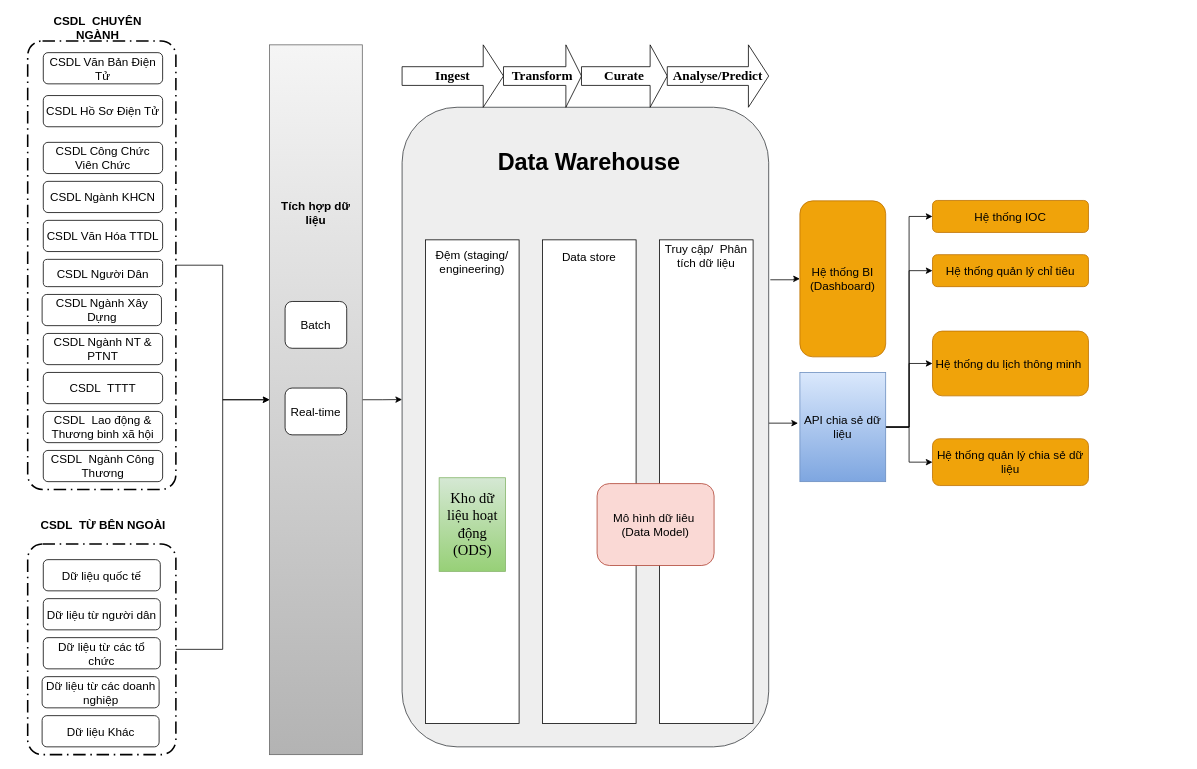
Before: so-do-draw/kho_du_lieu.drawio in letheanh12345/Draw-io, a draw.io diagram. Source tidied: cells renumbered, new cells numbered last; positions are measured from the earlier drawing's top-left corner, leaving out a move shared by most shapes. Both pictures are drawn from the tidied source at 78%, with x=0, y=0 at pixel (13, 13). Pictures stored in the file or linked from it are replaced by grey dashed boxes.
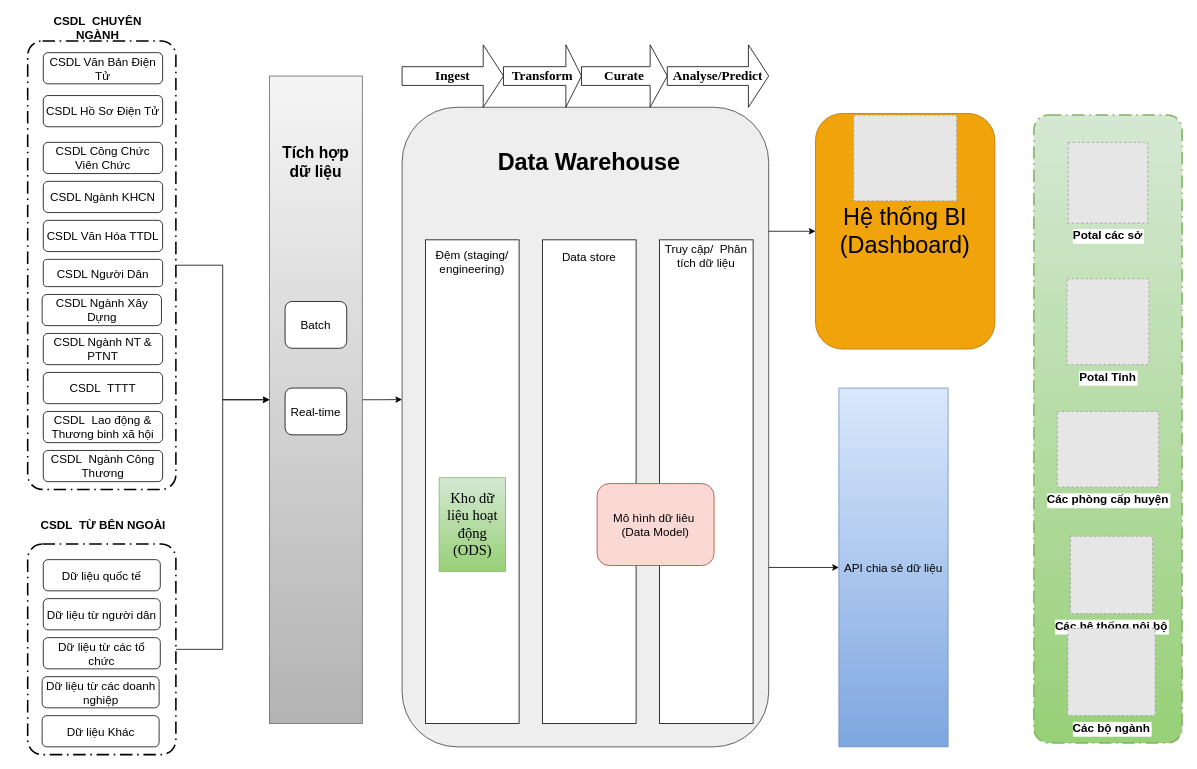
After the change.

Diff of the diagram source:
```diff
@@
-    <mxCell id="4" style="edgeStyle=orthogonalEdgeStyle;rounded=0;orthogonalLoop=1;jettySize=auto;html=1;exitX=1;exitY=0.75;exitDx=0;exitDy=0;entryX=-0.027;entryY=0.672;entryDx=0;entryDy=0;entryPerimeter=0;fontSize=15;" parent="1" edge="1">
-      <mxGeometry relative="1" as="geometry">
-        <mxPoint x="968" y="525" as="sourcePoint" />
-        <mxPoint x="1005.6" y="524.5" as="targetPoint" />
-      </mxGeometry>
-    </mxCell>
-    <mxCell id="5" style="edgeStyle=orthogonalEdgeStyle;rounded=0;orthogonalLoop=1;jettySize=auto;html=1;exitX=1;exitY=0.5;exitDx=0;exitDy=0;entryX=-0.019;entryY=0.894;entryDx=0;entryDy=0;entryPerimeter=0;fontSize=15;" parent="1" edge="1">
-      <mxGeometry relative="1" as="geometry">
-        <mxPoint x="970.1" y="341.2" as="sourcePoint" />
-        <mxPoint x="1008" y="340" as="targetPoint" />
-        <Array as="points">
-          <mxPoint x="1000.1" y="341.2" />
-          <mxPoint x="1000.1" y="340.2" />
-        </Array>
-      </mxGeometry>
-    </mxCell>
@@
     <mxCell id="13" style="rounded=0;whiteSpace=wrap;html=1;fontSize=15;fillColor=#f5f5f5;gradientColor=#b3b3b3;strokeColor=#666666;" parent="1" vertex="1">
-      <mxGeometry x="328" y="40" width="119" height="910" as="geometry" />
+      <mxGeometry x="328" y="80" width="119" height="830" as="geometry" />
     </mxCell>
-    <mxCell id="14" value="&lt;b&gt;Tích hợp dữ liệu&lt;/b&gt;" style="text;html=1;strokeColor=none;fillColor=none;align=center;verticalAlign=middle;whiteSpace=wrap;rounded=0;fontSize=15;" parent="1" vertex="1">
-      <mxGeometry x="328" y="240" width="119" height="30" as="geometry" />
+    <mxCell id="14" value="&lt;font style=&quot;font-size: 20px;&quot;&gt;&lt;b&gt;Tích hợp dữ liệu&lt;/b&gt;&lt;/font&gt;" style="text;html=1;strokeColor=none;fillColor=none;align=center;verticalAlign=middle;whiteSpace=wrap;rounded=0;fontSize=15;" parent="1" vertex="1">
+      <mxGeometry x="328" y="175" width="119" height="30" as="geometry" />
     </mxCell>
@@
-    <mxCell id="38" value="Hệ thống BI (Dashboard)" style="rounded=1;whiteSpace=wrap;html=1;fontSize=15;fillColor=#f0a30a;fontColor=#000000;strokeColor=#BD7000;" parent="1" vertex="1">
-      <mxGeometry x="1008" y="240" width="110" height="200" as="geometry" />
+    <mxCell id="38" value="&lt;font style=&quot;font-size: 30px;&quot;&gt;Hệ thống BI (Dashboard)&lt;/font&gt;" style="rounded=1;whiteSpace=wrap;html=1;fontSize=15;fillColor=#f0a30a;fontColor=#000000;strokeColor=#BD7000;" parent="1" vertex="1">
+      <mxGeometry x="1028" y="128" width="230" height="302" as="geometry" />
     </mxCell>
-    <mxCell id="39" style="edgeStyle=orthogonalEdgeStyle;rounded=0;jettySize=auto;html=1;entryX=0;entryY=0.5;entryDx=0;entryDy=0;" parent="1" edge="1" source="43" target="44">
-      <mxGeometry relative="1" as="geometry" />
-    </mxCell>
-    <mxCell id="40" style="edgeStyle=orthogonalEdgeStyle;rounded=0;jettySize=auto;html=1;entryX=0;entryY=0.5;entryDx=0;entryDy=0;" parent="1" edge="1" source="43" target="45">
-      <mxGeometry relative="1" as="geometry" />
-    </mxCell>
-    <mxCell id="41" style="edgeStyle=orthogonalEdgeStyle;rounded=0;jettySize=auto;html=1;entryX=0;entryY=0.5;entryDx=0;entryDy=0;" parent="1" edge="1" source="43" target="46">
-      <mxGeometry relative="1" as="geometry">
-        <Array as="points">
-          <mxPoint x="1148" y="530" />
-          <mxPoint x="1148" y="449" />
-        </Array>
-      </mxGeometry>
-    </mxCell>
-    <mxCell id="42" style="edgeStyle=orthogonalEdgeStyle;rounded=0;jettySize=auto;html=1;entryX=0;entryY=0.5;entryDx=0;entryDy=0;" parent="1" edge="1" source="43" target="47">
-      <mxGeometry relative="1" as="geometry" />
-    </mxCell>
-    <mxCell id="43" value="API chia sẻ dữ liệu" style="rounded=0;whiteSpace=wrap;html=1;fontSize=15;fillColor=#dae8fc;gradientColor=#7ea6e0;strokeColor=#6c8ebf;" parent="1" vertex="1">
-      <mxGeometry x="1008" y="460" width="110" height="140" as="geometry" />
-    </mxCell>
-    <mxCell id="44" value="Hệ thống IOC" style="rounded=1;whiteSpace=wrap;html=1;fontSize=15;fillColor=#f0a30a;fontColor=#000000;strokeColor=#BD7000;" parent="1" vertex="1">
-      <mxGeometry x="1178" y="239.5" width="200" height="41" as="geometry" />
-    </mxCell>
-    <mxCell id="45" value="Hệ thống quản lý chỉ tiêu" style="rounded=1;whiteSpace=wrap;html=1;fontSize=15;fillColor=#f0a30a;fontColor=#000000;strokeColor=#BD7000;" parent="1" vertex="1">
-      <mxGeometry x="1178" y="309" width="200" height="41" as="geometry" />
-    </mxCell>
-    <mxCell id="46" value="Hệ thống du lịch thông minh&amp;nbsp;" style="rounded=1;whiteSpace=wrap;html=1;fontSize=15;fillColor=#f0a30a;fontColor=#000000;strokeColor=#BD7000;" parent="1" vertex="1">
-      <mxGeometry x="1178" y="407" width="200" height="83" as="geometry" />
-    </mxCell>
-    <mxCell id="47" value="Hệ thống quản lý chia sẻ dữ liệu" style="rounded=1;whiteSpace=wrap;html=1;fontSize=15;fillColor=#f0a30a;fontColor=#000000;strokeColor=#BD7000;" parent="1" vertex="1">
-      <mxGeometry x="1178" y="545" width="200" height="60" as="geometry" />
-    </mxCell>
@@
+    <mxCell id="55" style="endArrow=classic;html=1;rounded=0;fontSize=30;entryX=0;entryY=0.5;entryDx=0;entryDy=0;" parent="1" edge="1" target="38">
+      <mxGeometry relative="1" as="geometry">
+        <mxPoint x="968" y="279" as="sourcePoint" />
+      </mxGeometry>
+    </mxCell>
+    <mxCell id="56" style="endArrow=classic;html=1;rounded=0;fontSize=30;" parent="1" edge="1">
+      <mxGeometry relative="1" as="geometry">
+        <mxPoint x="968" y="710" as="sourcePoint" />
+        <mxPoint x="1058" y="710" as="targetPoint" />
+      </mxGeometry>
+    </mxCell>
+    <mxCell id="57" style="rounded=1;arcSize=10;dashed=1;strokeColor=#82b366;fillColor=#d5e8d4;gradientColor=#97d077;dashPattern=8 3 1 3;strokeWidth=2;fontStyle=1;fontSize=20;" parent="1" vertex="1">
+      <mxGeometry x="1308" y="130" width="190" height="805" as="geometry" />
+    </mxCell>
+    <mxCell id="43" value="API chia sẻ dữ liệu" style="rounded=0;whiteSpace=wrap;html=1;fontSize=15;fillColor=#dae8fc;gradientColor=#7ea6e0;strokeColor=#6c8ebf;" parent="1" vertex="1">
+      <mxGeometry x="1058" y="480" width="140" height="460" as="geometry" />
+    </mxCell>
+    <mxCell id="58" value="Potal các sở" style="fillColor=#E6E6E6;strokeColor=#999999;dashed=1;verticalLabelPosition=bottom;labelBackgroundColor=default;verticalAlign=top;fontStyle=1;fontSize=15;" parent="1" vertex="1">
+      <mxGeometry x="1352" y="165" width="102" height="103.6" as="geometry" />
+    </mxCell>
+    <mxCell id="59" value="Potal Tỉnh" style="fillColor=#E6E6E6;strokeColor=#999999;dashed=1;verticalLabelPosition=bottom;labelBackgroundColor=default;verticalAlign=top;fontStyle=1;fontSize=15;" parent="1" vertex="1">
+      <mxGeometry x="1350.4" y="340" width="105.1" height="110" as="geometry" />
+    </mxCell>
+    <mxCell id="60" value="Các phòng cấp huyện" style="fillColor=#E6E6E6;strokeColor=#999999;dashed=1;verticalLabelPosition=bottom;labelBackgroundColor=default;verticalAlign=top;fontStyle=1;fontSize=15;" parent="1" vertex="1">
+      <mxGeometry x="1338" y="510" width="130" height="97" as="geometry" />
+    </mxCell>
+    <mxCell id="61" value="Các hệ thống nội bộ" style="fillColor=#E6E6E6;strokeColor=#999999;dashed=1;verticalLabelPosition=bottom;labelBackgroundColor=default;verticalAlign=top;fontStyle=1;fontSize=15;" parent="1" vertex="1">
+      <mxGeometry x="1354.8" y="670" width="105.5" height="99.2" as="geometry" />
+    </mxCell>
+    <mxCell id="62" style="fillColor=#E6E6E6;strokeColor=#999999;dashed=1;verticalLabelPosition=bottom;labelBackgroundColor=default;verticalAlign=top;" parent="1" vertex="1">
+      <mxGeometry x="1077" y="130.1" width="132" height="109.9" as="geometry" />
+    </mxCell>
+    <mxCell id="63" value="Các bộ ngành" style="fillColor=#E6E6E6;strokeColor=#999999;dashed=1;verticalLabelPosition=bottom;labelBackgroundColor=default;verticalAlign=top;fontStyle=1;fontSize=15;" parent="1" vertex="1">
+      <mxGeometry x="1351.5" y="788" width="112" height="112" as="geometry" />
+    </mxCell>
```
